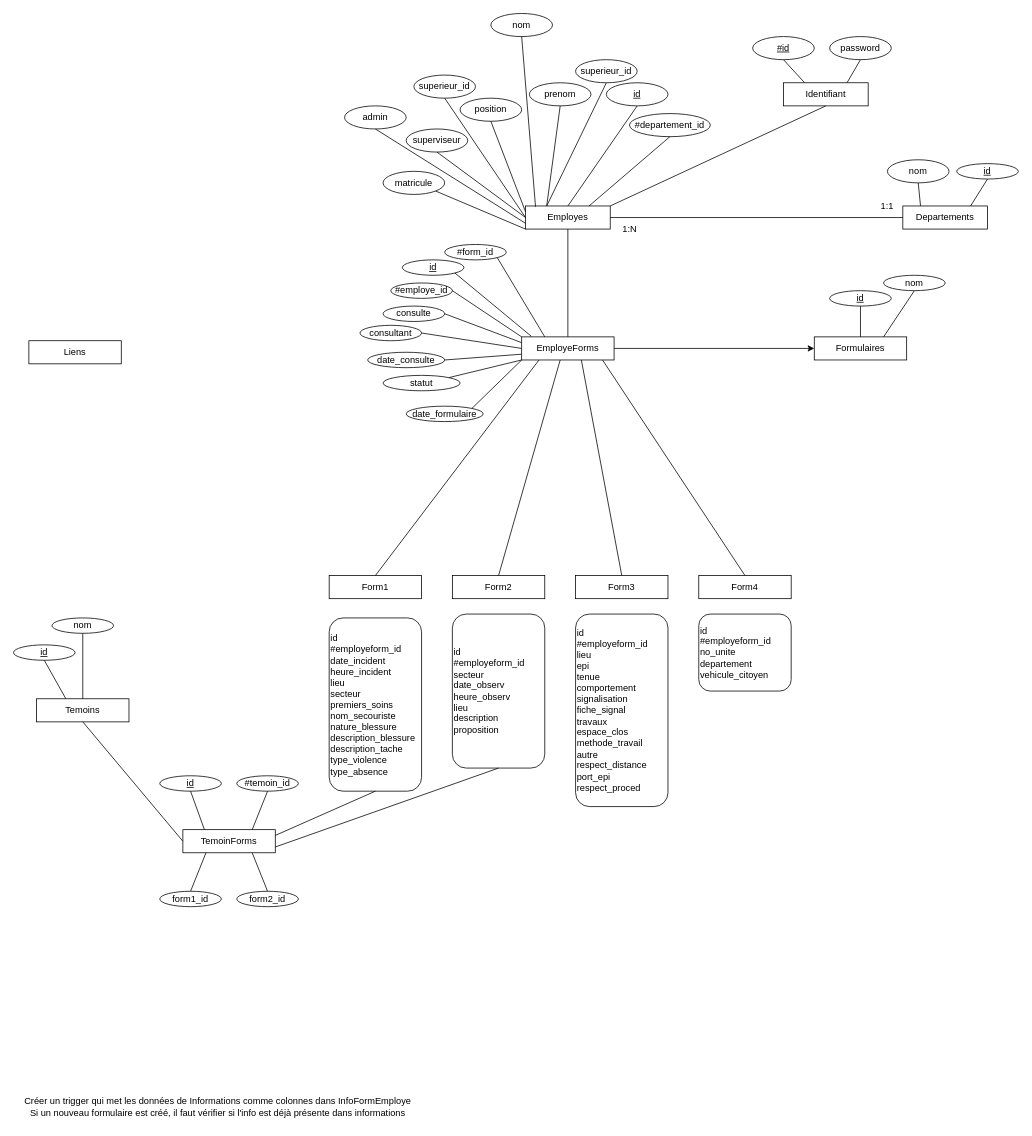
antoineg94/Projet-integration keeps this draw.io diagram as Notes/BDD/BDD.drawio. Above is the earlier version. Source tidied: cells renumbered, new cells numbered last; positions are measured from the earlier drawing's top-left corner, leaving out a move shared by most shapes. Both pictures are drawn from the tidied source at 77%, with x=0, y=0 at pixel (13, 13).
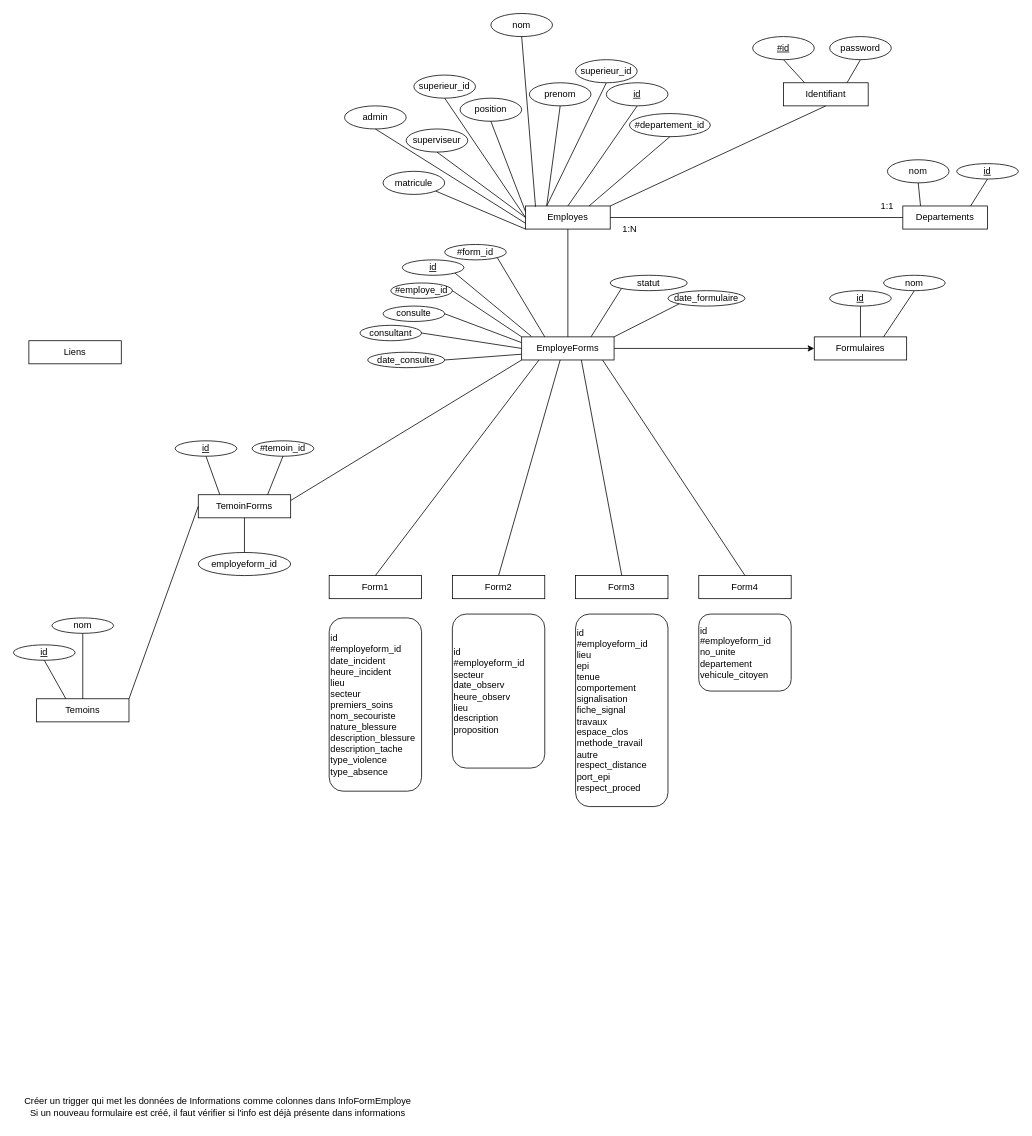
Above is the later version.

Commit message:
temoinform et employeform

Unchanged cells that the change refers to:
```xml
<mxCell id="33" value="id&lt;br&gt;#employeform_id&lt;br&gt;&lt;span style=&quot;background-color: initial;&quot;&gt;date_incident&lt;/span&gt;&lt;br&gt;&lt;div style=&quot;&quot;&gt;heure_incident&lt;/div&gt;&lt;div style=&quot;&quot;&gt;lieu&lt;/div&gt;&lt;div style=&quot;&quot;&gt;secteur&lt;/div&gt;&lt;div style=&quot;&quot;&gt;premiers_soins&lt;/div&gt;&lt;div style=&quot;&quot;&gt;nom_secouriste&lt;/div&gt;&lt;div style=&quot;&quot;&gt;nature_blessure&lt;/div&gt;&lt;div style=&quot;&quot;&gt;description_blessure&lt;/div&gt;&lt;div style=&quot;&quot;&gt;description_tache&lt;/div&gt;&lt;div style=&quot;&quot;&gt;type_violence&lt;/div&gt;&lt;div style=&quot;&quot;&gt;type_absence&lt;/div&gt;" style="rounded=1;whiteSpace=wrap;html=1;align=left;" parent="1" vertex="1">
  <mxGeometry x="410" y="785" width="120" height="225" as="geometry" />
</mxCell>
<mxCell id="34" value="id&lt;br&gt;#employeform_id&lt;br&gt;&lt;span style=&quot;background-color: initial;&quot;&gt;secteur&lt;/span&gt;&lt;br&gt;&lt;div style=&quot;&quot;&gt;date_observ&lt;/div&gt;&lt;div style=&quot;&quot;&gt;heure_observ&lt;/div&gt;&lt;div style=&quot;&quot;&gt;lieu&lt;/div&gt;&lt;div style=&quot;&quot;&gt;description&lt;/div&gt;&lt;div style=&quot;&quot;&gt;proposition&lt;/div&gt;" style="rounded=1;whiteSpace=wrap;html=1;align=left;" parent="1" vertex="1">
  <mxGeometry x="570" y="780" width="120" height="200" as="geometry" />
</mxCell>
<mxCell id="44" value="EmployeForms" style="rounded=0;whiteSpace=wrap;html=1;" parent="1" vertex="1">
  <mxGeometry x="660" y="420" width="120" height="30" as="geometry" />
</mxCell>
<mxCell id="50" value="Temoins" style="rounded=0;whiteSpace=wrap;html=1;" parent="1" vertex="1">
  <mxGeometry x="30" y="890" width="120" height="30" as="geometry" />
</mxCell>
```

The edit, as a diff of the source:
```diff
@@
     <mxCell id="25" value="statut" style="ellipse;whiteSpace=wrap;html=1;" parent="1" vertex="1">
-      <mxGeometry x="480" y="470" width="100" height="20" as="geometry" />
+      <mxGeometry x="775" y="340" width="100" height="20" as="geometry" />
     </mxCell>
-    <mxCell id="26" style="endArrow=none;html=1;rounded=0;entryX=0;entryY=1;entryDx=0;entryDy=0;exitX=1;exitY=0;exitDx=0;exitDy=0;" parent="1" edge="1" source="25" target="44">
+    <mxCell id="26" style="endArrow=none;html=1;rounded=0;entryX=0.75;entryY=0;entryDx=0;entryDy=0;exitX=0;exitY=1;exitDx=0;exitDy=0;" parent="1" edge="1" source="25" target="44">
       <mxGeometry relative="1" as="geometry" />
     </mxCell>
@@
     <mxCell id="62" value="TemoinForms" style="rounded=0;whiteSpace=wrap;html=1;" parent="1" vertex="1">
-      <mxGeometry x="220" y="1060" width="120" height="30" as="geometry" />
+      <mxGeometry x="240" y="625" width="120" height="30" as="geometry" />
     </mxCell>
-    <mxCell id="63" style="endArrow=none;html=1;rounded=0;entryX=0.5;entryY=1;entryDx=0;entryDy=0;exitX=0;exitY=0.5;exitDx=0;exitDy=0;" parent="1" edge="1" source="62" target="50">
+    <mxCell id="63" style="endArrow=none;html=1;rounded=0;entryX=1;entryY=0;entryDx=0;entryDy=0;exitX=0;exitY=0.5;exitDx=0;exitDy=0;" parent="1" edge="1" source="62" target="50">
       <mxGeometry relative="1" as="geometry" />
     </mxCell>
     <mxCell id="64" value="&lt;u&gt;id&lt;/u&gt;" style="ellipse;whiteSpace=wrap;html=1;" parent="1" vertex="1">
-      <mxGeometry x="190" y="990" width="80" height="20" as="geometry" />
+      <mxGeometry x="210" y="555" width="80" height="20" as="geometry" />
     </mxCell>
     <mxCell id="65" style="endArrow=none;html=1;rounded=0;entryX=0.5;entryY=1;entryDx=0;entryDy=0;exitX=0.317;exitY=0;exitDx=0;exitDy=0;exitPerimeter=0;" parent="1" edge="1" target="64">
       <mxGeometry relative="1" as="geometry">
-        <mxPoint x="248" y="1060" as="sourcePoint" />
+        <mxPoint x="268" y="625" as="sourcePoint" />
       </mxGeometry>
     </mxCell>
-    <mxCell id="66" value="form1_id" style="ellipse;whiteSpace=wrap;html=1;" parent="1" vertex="1">
-      <mxGeometry x="190" y="1140" width="80" height="20" as="geometry" />
+    <mxCell id="66" value="employeform_id" style="ellipse;whiteSpace=wrap;html=1;" parent="1" vertex="1">
+      <mxGeometry x="240" y="700" width="120" height="30" as="geometry" />
     </mxCell>
-    <mxCell id="67" style="endArrow=none;html=1;rounded=0;entryX=0.5;entryY=0;entryDx=0;entryDy=0;exitX=0.25;exitY=1;exitDx=0;exitDy=0;" parent="1" edge="1" source="62" target="66">
+    <mxCell id="67" style="endArrow=none;html=1;rounded=0;entryX=0.5;entryY=0;entryDx=0;entryDy=0;exitX=0.5;exitY=1;exitDx=0;exitDy=0;" parent="1" edge="1" source="62" target="66">
       <mxGeometry relative="1" as="geometry" />
     </mxCell>
-    <mxCell id="68" value="form2_id" style="ellipse;whiteSpace=wrap;html=1;" parent="1" vertex="1">
-      <mxGeometry x="290" y="1140" width="80" height="20" as="geometry" />
-    </mxCell>
-    <mxCell id="69" style="endArrow=none;html=1;rounded=0;entryX=0.5;entryY=0;entryDx=0;entryDy=0;exitX=0.75;exitY=1;exitDx=0;exitDy=0;" parent="1" edge="1" source="62" target="68">
-      <mxGeometry relative="1" as="geometry" />
-    </mxCell>
     <mxCell id="70" value="#temoin_id" style="ellipse;whiteSpace=wrap;html=1;" parent="1" vertex="1">
-      <mxGeometry x="290" y="990" width="80" height="20" as="geometry" />
+      <mxGeometry x="310" y="555" width="80" height="20" as="geometry" />
     </mxCell>
@@
-    <mxCell id="72" style="endArrow=none;html=1;rounded=0;exitX=1;exitY=0.25;exitDx=0;exitDy=0;entryX=0.5;entryY=1;entryDx=0;entryDy=0;" parent="1" edge="1" source="62" target="33">
+    <mxCell id="72" style="endArrow=none;html=1;rounded=0;exitX=1;exitY=0.25;exitDx=0;exitDy=0;entryX=0;entryY=1;entryDx=0;entryDy=0;" parent="1" edge="1" source="62" target="44">
       <mxGeometry relative="1" as="geometry" />
     </mxCell>
-    <mxCell id="73" style="endArrow=none;html=1;rounded=0;entryX=0.5;entryY=1;entryDx=0;entryDy=0;exitX=1;exitY=0.75;exitDx=0;exitDy=0;" parent="1" edge="1" source="62" target="34">
-      <mxGeometry relative="1" as="geometry" />
-    </mxCell>
@@
     <mxCell id="80" value="date_formulaire" style="ellipse;whiteSpace=wrap;html=1;" parent="1" vertex="1">
-      <mxGeometry x="510" y="510" width="100" height="20" as="geometry" />
+      <mxGeometry x="850" y="360" width="100" height="20" as="geometry" />
     </mxCell>
-    <mxCell id="81" style="endArrow=none;html=1;rounded=0;exitX=1;exitY=0;exitDx=0;exitDy=0;entryX=0;entryY=1;entryDx=0;entryDy=0;" parent="1" edge="1" source="80" target="44">
+    <mxCell id="81" style="endArrow=none;html=1;rounded=0;exitX=0;exitY=1;exitDx=0;exitDy=0;entryX=1;entryY=0;entryDx=0;entryDy=0;" parent="1" edge="1" source="80" target="44">
       <mxGeometry relative="1" as="geometry" />
     </mxCell>
```
